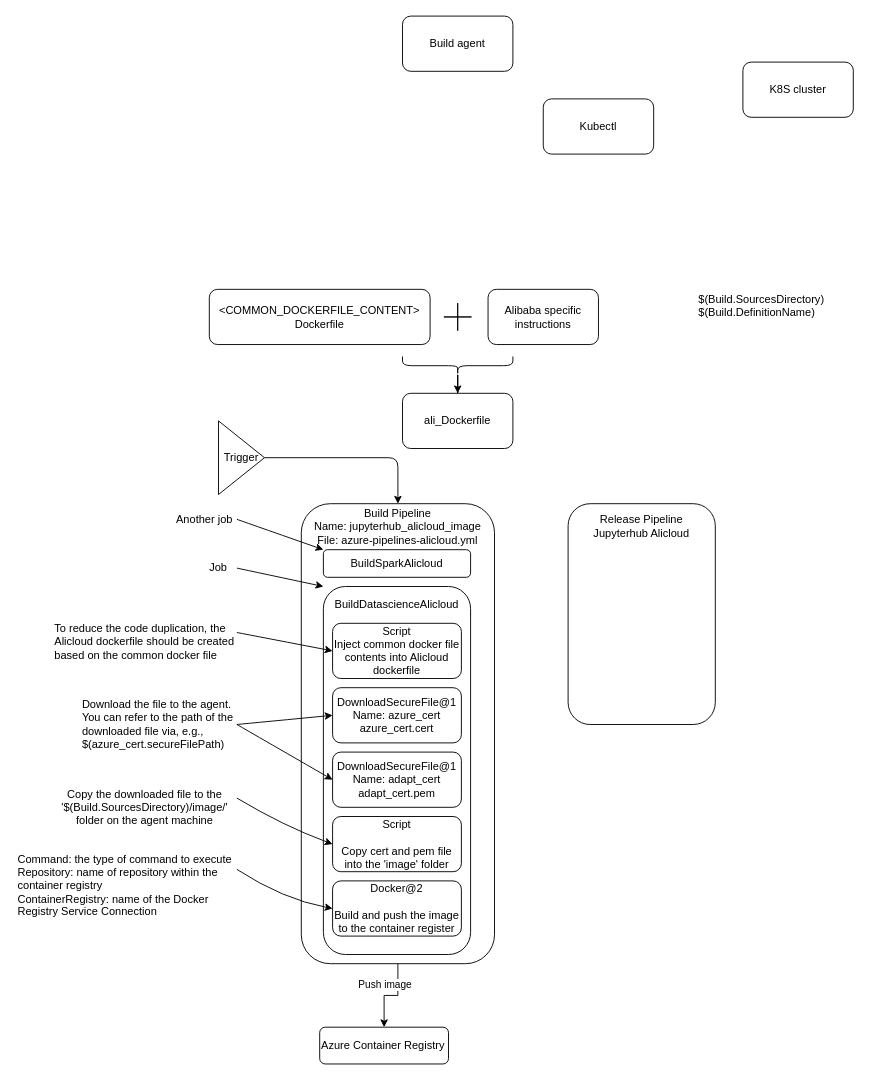
Earlier version of the draw.io diagram azuredevops.drawio (huangdgm/webstore-v2.0). Source tidied: cells renumbered, new cells numbered last; positions are measured from the earlier drawing's top-left corner, leaving out a move shared by most shapes. Both pictures are drawn from the tidied source at 92%, with x=0, y=0 at pixel (16, 16).
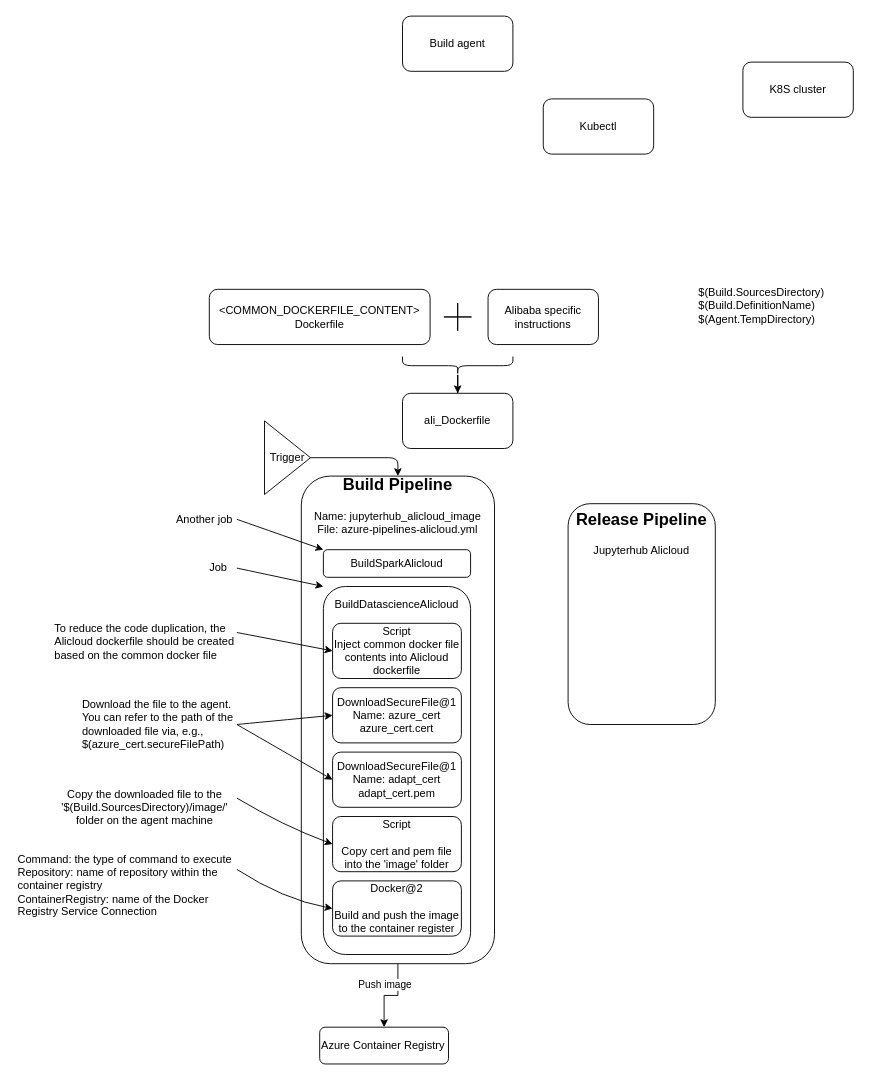
After the change.

What changed in the source:
```diff
@@
     <mxCell id="10" style="rounded=1;whiteSpace=wrap;html=1;" parent="1" vertex="1">
-      <mxGeometry x="310" y="530" width="210" height="500" as="geometry" />
+      <mxGeometry x="310" y="500" width="210" height="530" as="geometry" />
     </mxCell>
-    <mxCell id="11" value="Build Pipeline&lt;br&gt;Name: jupyterhub_alicloud_image&lt;br&gt;File:&amp;nbsp;azure-pipelines-alicloud.yml" style="text;html=1;strokeColor=none;fillColor=none;align=center;verticalAlign=middle;whiteSpace=wrap;rounded=0;" parent="1" vertex="1">
-      <mxGeometry x="320" y="537" width="190" height="35" as="geometry" />
+    <mxCell id="11" value="&lt;h2&gt;Build Pipeline&lt;/h2&gt;Name: jupyterhub_alicloud_image&lt;br&gt;File:&amp;nbsp;azure-pipelines-alicloud.yml" style="text;html=1;strokeColor=none;fillColor=none;align=center;verticalAlign=middle;whiteSpace=wrap;rounded=0;" parent="1" vertex="1">
+      <mxGeometry x="320" y="510" width="190" height="30" as="geometry" />
     </mxCell>
@@
-    <mxCell id="13" value="Release Pipeline&lt;br&gt;Jupyterhub Alicloud" style="text;html=1;strokeColor=none;fillColor=none;align=center;verticalAlign=middle;whiteSpace=wrap;rounded=0;" parent="1" vertex="1">
+    <mxCell id="13" value="&lt;h2&gt;Release Pipeline&lt;/h2&gt;Jupyterhub Alicloud" style="text;html=1;strokeColor=none;fillColor=none;align=center;verticalAlign=middle;whiteSpace=wrap;rounded=0;" parent="1" vertex="1">
       <mxGeometry x="600" y="537" width="160" height="35" as="geometry" />
     </mxCell>
@@
-    <mxCell id="18" value="$(Build.SourcesDirectory)&lt;br&gt;$(Build.DefinitionName)" style="text;html=1;strokeColor=none;fillColor=none;align=left;verticalAlign=middle;whiteSpace=wrap;rounded=0;" parent="1" vertex="1">
+    <mxCell id="18" value="$(Build.SourcesDirectory)&lt;br&gt;$(Build.DefinitionName)&lt;br&gt;$(Agent.TempDirectory)" style="text;html=1;strokeColor=none;fillColor=none;align=left;verticalAlign=middle;whiteSpace=wrap;rounded=0;" parent="1" vertex="1">
       <mxGeometry x="740" y="240" width="160" height="150" as="geometry" />
     </mxCell>
@@
     <mxCell id="32" value="Trigger" style="triangle;whiteSpace=wrap;html=1;" parent="1" vertex="1">
-      <mxGeometry x="220" y="440" width="50" height="80" as="geometry" />
+      <mxGeometry x="270" y="440" width="50" height="80" as="geometry" />
     </mxCell>
```
